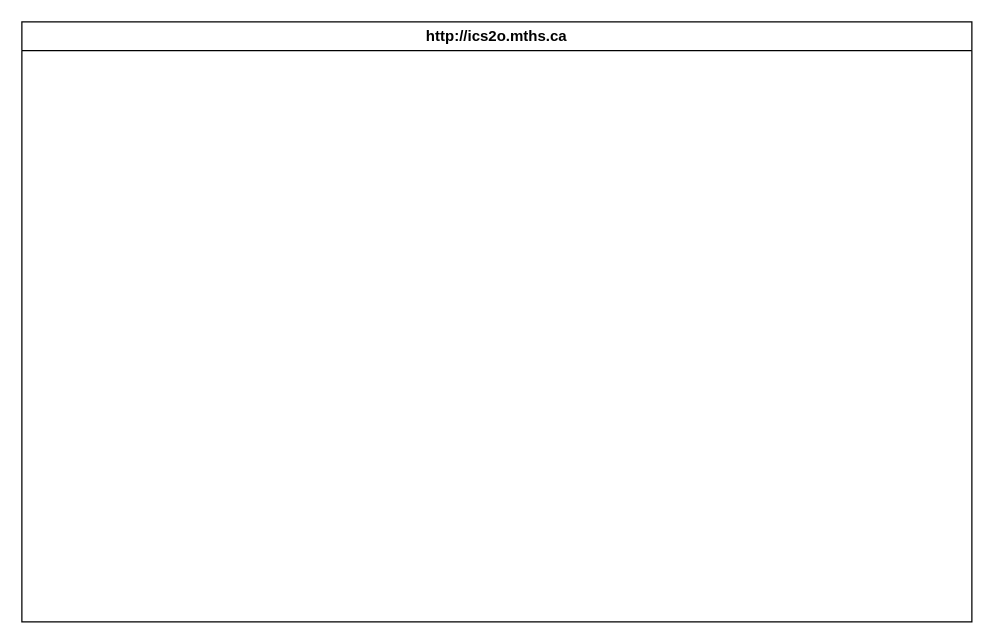
The draw.io diagram design/storyboard.drawio in MTHS-ICD2O-1-2023/ICD2O-Unit-5-02-fetuha-gebremekeal, before the edit. Source tidied: cells renumbered, new cells numbered last; positions are measured from the earlier drawing's top-left corner, leaving out a move shared by most shapes. Both pictures are drawn from the tidied source at 125%, with x=0, y=0 at pixel (21, 21).
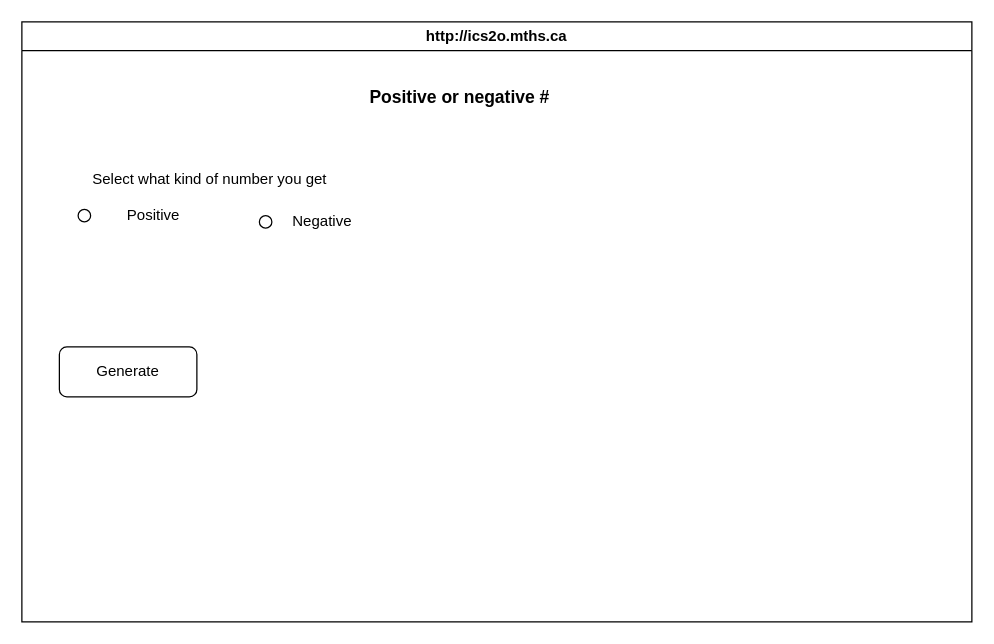
The same diagram, later.

Diff of the diagram source:
```diff
@@
 <mxGraphModel>
   <root>
     <mxCell id="0" />
     <mxCell id="1" parent="0" />
     <mxCell id="2" value="http://ics2o.mths.ca" style="swimlane;whiteSpace=wrap;html=1;" parent="1" vertex="1">
       <mxGeometry width="760" height="480" as="geometry" />
     </mxCell>
+    <mxCell id="3" value="&lt;font style=&quot;font-size: 12px;&quot;&gt;Select what kind of number you get&lt;/font&gt;" style="text;html=1;align=center;verticalAlign=middle;strokeColor=none;fillColor=none;fontSize=14;" parent="2" vertex="1">
+      <mxGeometry x="45" y="110" width="210" height="30" as="geometry" />
+    </mxCell>
+    <mxCell id="4" value="Generate" style="rounded=1;whiteSpace=wrap;html=1;fontSize=12;" parent="2" vertex="1">
+      <mxGeometry x="30" y="260" width="110" height="40" as="geometry" />
+    </mxCell>
+    <mxCell id="5" style="ellipse;whiteSpace=wrap;html=1;" parent="2" vertex="1">
+      <mxGeometry x="45" y="150" width="10" height="10" as="geometry" />
+    </mxCell>
+    <mxCell id="6" value="Positive" style="text;html=1;align=center;verticalAlign=middle;strokeColor=none;fillColor=none;" parent="2" vertex="1">
+      <mxGeometry x="70" y="140" width="70" height="30" as="geometry" />
+    </mxCell>
+    <mxCell id="7" style="ellipse;whiteSpace=wrap;html=1;" parent="2" vertex="1">
+      <mxGeometry x="190" y="155" width="10" height="10" as="geometry" />
+    </mxCell>
+    <mxCell id="8" value="&lt;font style=&quot;font-size: 14px;&quot;&gt;&lt;b&gt;Positive or negative #&lt;/b&gt;&lt;/font&gt;" style="text;html=1;align=center;verticalAlign=middle;strokeColor=none;fillColor=none;" parent="1" vertex="1">
+      <mxGeometry x="265" y="45" width="170" height="30" as="geometry" />
+    </mxCell>
+    <mxCell id="9" value="Negative" style="text;html=1;align=center;verticalAlign=middle;strokeColor=none;fillColor=none;" parent="1" vertex="1">
+      <mxGeometry x="205" y="145" width="70" height="30" as="geometry" />
+    </mxCell>
   </root>
 </mxGraphModel>
```
